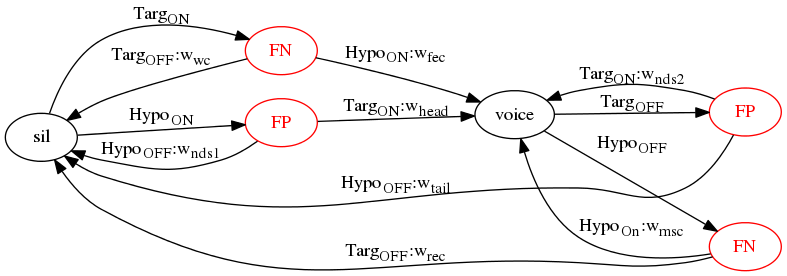
This is doc/vad-trans.png from pinlab/Schnitt, a Graphviz export, as it was before one commit. Its source is kept beside it as doc/vad-trans.dot.
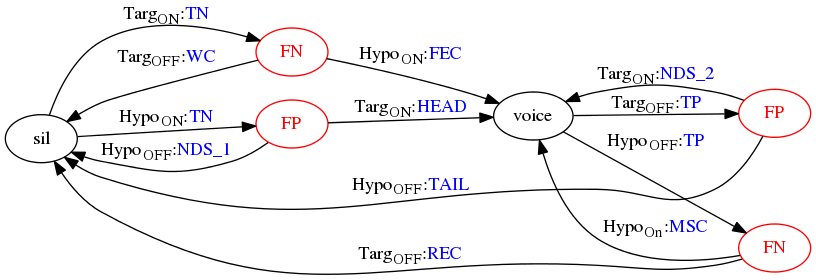
The same diagram one commit later.

Commit message:
updated FSA for error eval (.png+.dot)

What changed in the source:
```diff
@@ -8,23 +8,22 @@
     CUT[color="red",fontcolor="red", label="FN"];
     BRIDGE[color="red",fontcolor="red",label="FP"];
 
-/*    SIL -> VOICE[label=<ON<sub>Targ,Hypo</sub>>] */
-/*    VOICE -> SIL[label=<OFF<sub>Targ,Hypo</sub>>] */
+/*    SIL -> VOICE[label=<ON<sub>Targ,Hypo</font>>] */
+/*    VOICE -> SIL[label=<OFF<sub>Targ,Hypo</font>>] */
 
-    SIL -> Clipped  [label=<Targ<sub>ON</sub>>];
-    Clipped -> VOICE[label=<Hypo<sub>ON</sub>:w<sub>fec</sub>>];
-    Clipped -> SIL[label=<Targ<sub>OFF</sub>:w<sub>wc</sub>>];
+    SIL -> Clipped  [label=<Targ<sub>ON</sub>:<font color="blue">TN</font>>];
+    Clipped -> VOICE[label=<Hypo<sub>ON</sub>:<font color="blue">FEC</font>>];
+    Clipped -> SIL[label=<Targ<sub>OFF</sub>:<font color="blue">WC</font>>];
 
-    SIL -> Overhead[label=<Hypo<sub>ON</sub>>];
-    Overhead -> SIL[label=<Hypo<sub>OFF</sub>:w<sub>nds1</sub>>];
-    Overhead -> VOICE[label=<Targ<sub>ON</sub>:w<sub>head</sub>>];
+    SIL -> Overhead[label=<Hypo<sub>ON</sub>:<font color="blue">TN</font>>];
+    Overhead -> SIL[label=<Hypo<sub>OFF</sub>:<font color="blue">NDS_1</font>>];
+    Overhead -> VOICE[label=<Targ<sub>ON</sub>:<font color="blue">HEAD</font>>];
 
-    VOICE -> CUT[label=<Hypo<sub>OFF</sub>>];
-    CUT -> VOICE[label=<Hypo<sub>On</sub>:w<sub>msc</sub>>];
-    CUT -> SIL[label=<Targ<sub>OFF</sub>:w<sub>rec</sub>>];
+    VOICE -> CUT[label=<Hypo<sub>OFF</sub>:<font color="blue">TP</font>>];
+    CUT -> VOICE[label=<Hypo<sub>On</sub>:<font color="blue">MSC</font>>];
+    CUT -> SIL[label=<Targ<sub>OFF</sub>:<font color="blue">REC</font>>];
 
-    VOICE -> BRIDGE[label=<Targ<sub>OFF</sub>>];
-    BRIDGE-> VOICE [label=<Targ<sub>ON</sub>:w<sub>nds2</sub>>];
-    BRIDGE-> SIL [label=<Hypo<sub>OFF</sub>:w<sub>tail</sub>>];
-
+    VOICE -> BRIDGE[label=<Targ<sub>OFF</sub>:<font color="blue">TP</font>>];
+    BRIDGE-> VOICE [label=<Targ<sub>ON</sub>:<font color="blue">NDS_2</font>>];
+    BRIDGE-> SIL [label=<Hypo<sub>OFF</sub>:<font color="blue">TAIL</font>>];
 }
```
